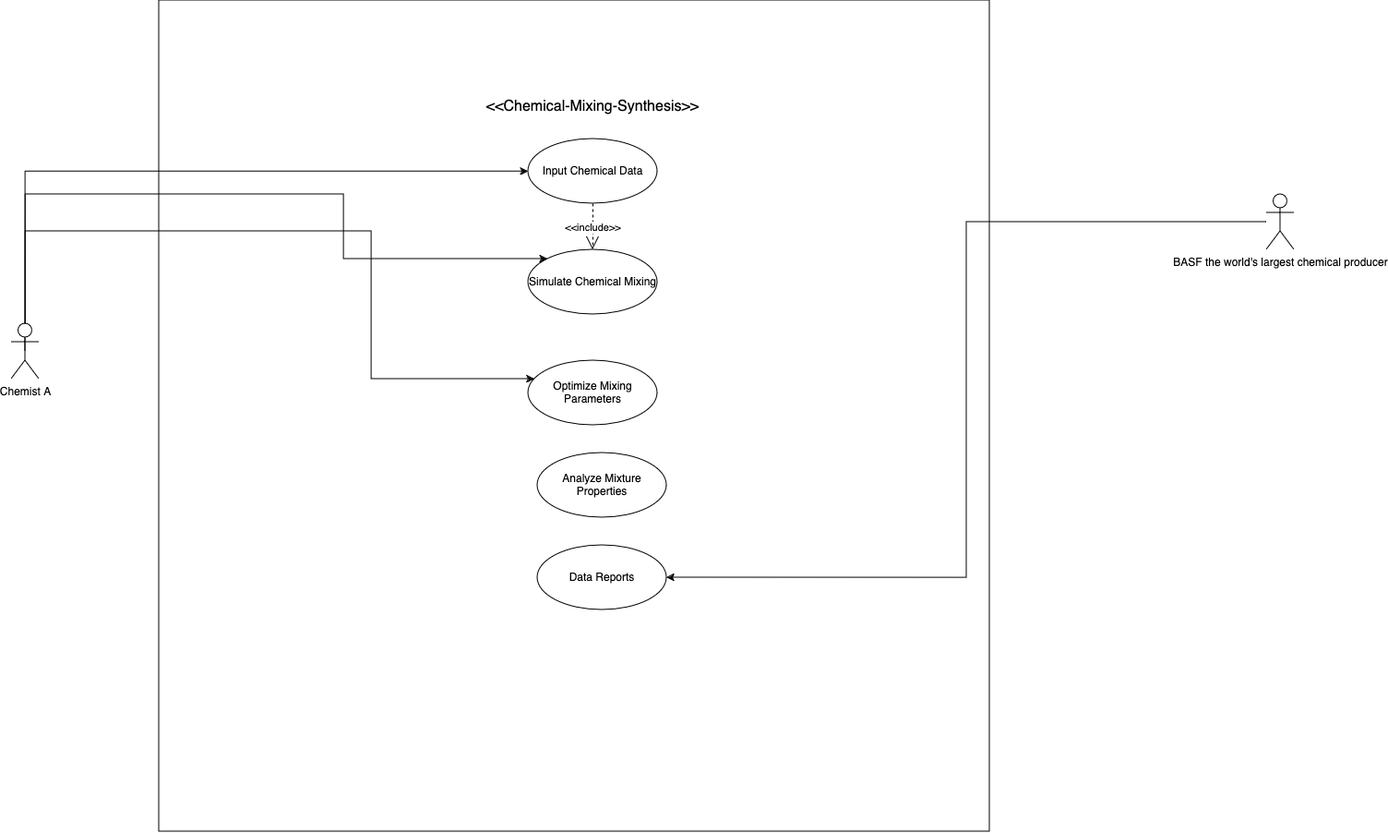
Before: use-case.png, a diagram exported from draw.io (a-l-a-z-a-r/Chemical-Mixing-Data-Synthesis). Source tidied: cells renumbered, new cells last; positions are measured from the earlier drawing's top-left corner, leaving out a move shared by most shapes.
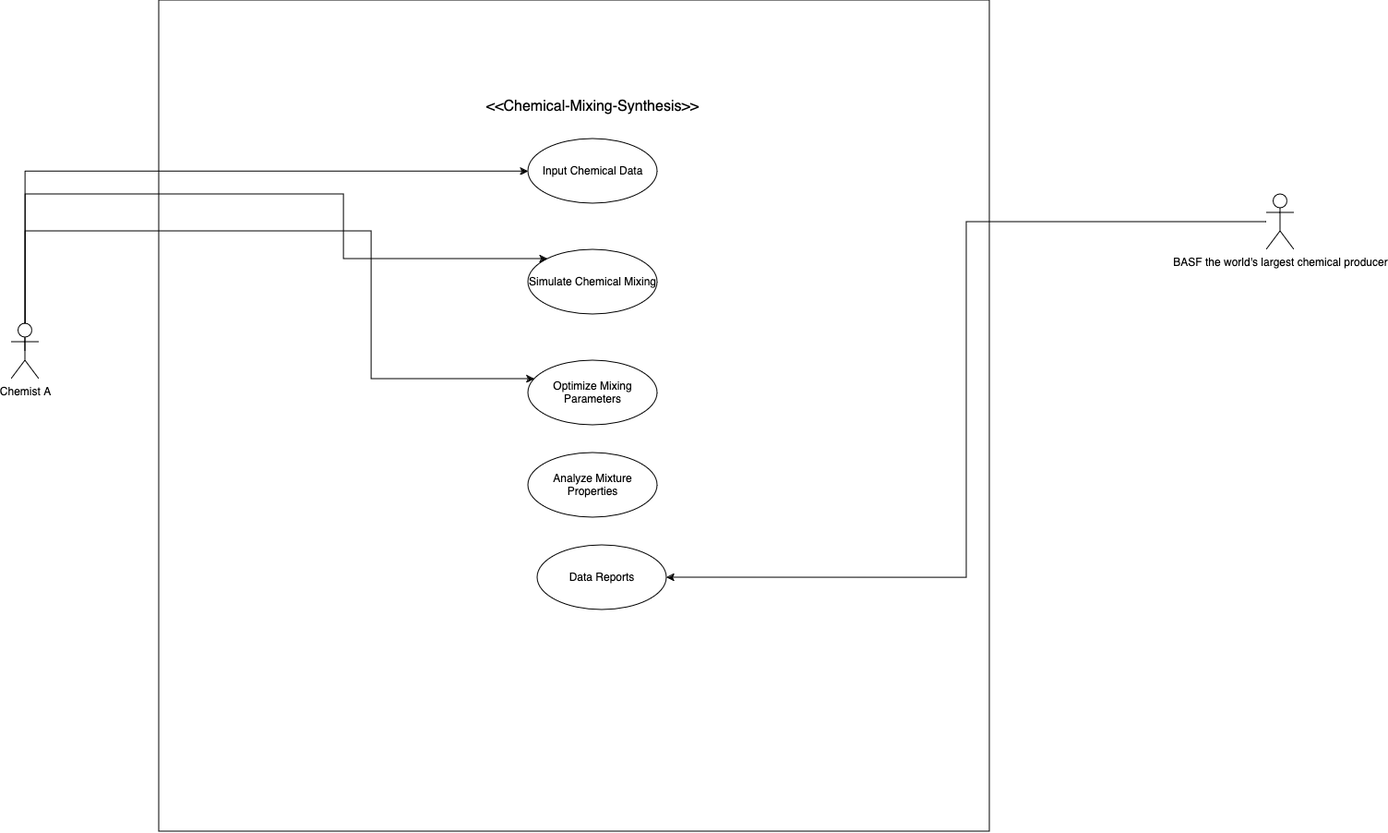
After the change.

What changed in the source:
```diff
@@ -49,11 +49,8 @@
       <mxGeometry x="560" y="390" width="140" height="70" as="geometry" />
     </mxCell>
     <mxCell id="12" value="Analyze Mixture Properties" style="ellipse;whiteSpace=wrap;html=1;" parent="1" vertex="1">
-      <mxGeometry x="570" y="490" width="140" height="70" as="geometry" />
+      <mxGeometry x="560" y="490" width="140" height="70" as="geometry" />
     </mxCell>
-    <mxCell id="13" value="&amp;lt;&amp;lt;include&amp;gt;&amp;gt;" style="endArrow=open;endSize=12;dashed=1;html=1;rounded=0;entryX=0.5;entryY=0;entryDx=0;entryDy=0;exitX=0.5;exitY=1;exitDx=0;exitDy=0;" parent="1" edge="1" source="9" target="10">
-      <mxGeometry relative="1" as="geometry" />
-    </mxCell>
     <mxCell id="14" value="Data Reports" style="ellipse;whiteSpace=wrap;html=1;" parent="1" vertex="1">
       <mxGeometry x="570" y="590" width="140" height="70" as="geometry" />
     </mxCell>
```
